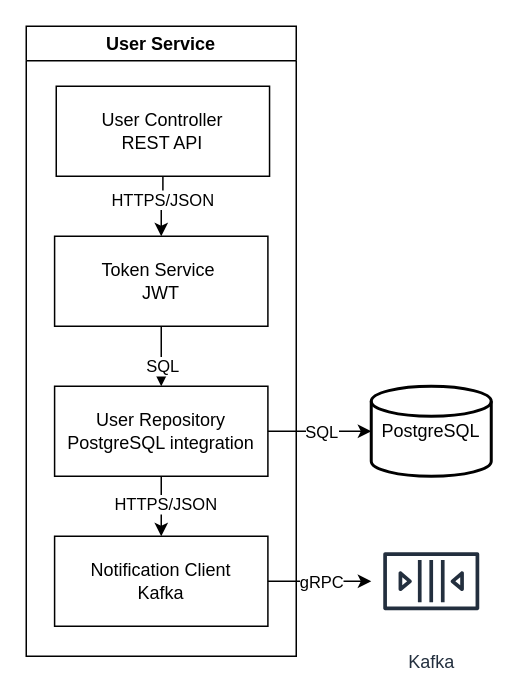
The draw.io diagram page "User" (4 of 5) of ABC C1.drawio in IlyaMoskva/diagrams, before the edit. Source tidied: cells renumbered, new cells numbered last; positions are measured from the earlier drawing's top-left corner, leaving out a move shared by most shapes. Both pictures are drawn from the tidied source at 150%, with x=0, y=0 at pixel (26, 26).
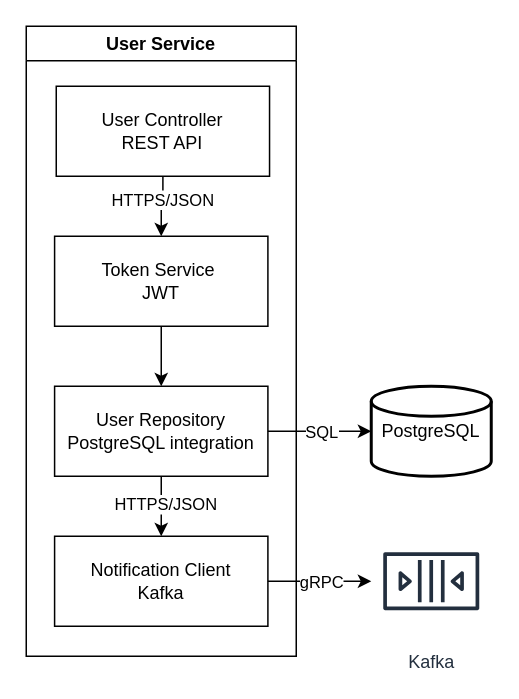
The same page after the edit.

Change to the diagram source:
```diff
@@
 <mxGraphModel>
   <root>
     <mxCell id="0" />
     <mxCell id="1" parent="0" />
     <mxCell id="2" value="User Service" style="swimlane;whiteSpace=wrap;html=1;" parent="1" vertex="1">
       <mxGeometry width="180" height="420" as="geometry" />
     </mxCell>
     <mxCell id="3" style="edgeStyle=orthogonalEdgeStyle;rounded=0;jettySize=auto;html=1;" parent="2" edge="1" source="5" target="8">
       <mxGeometry relative="1" as="geometry" />
     </mxCell>
     <mxCell id="4" value="HTTPS/JSON" style="edgeLabel;html=1;align=center;verticalAlign=middle;" parent="3" vertex="1">
       <mxGeometry x="-0.25" y="-1" relative="1" as="geometry" />
     </mxCell>
     <mxCell id="5" value="&lt;div&gt;User Controller&lt;/div&gt;&lt;div&gt;REST API&lt;/div&gt;" style="whiteSpace=wrap;html=1;" parent="2" vertex="1">
       <mxGeometry x="20" y="40" width="142.2" height="60" as="geometry" />
     </mxCell>
     <mxCell id="6" style="edgeStyle=orthogonalEdgeStyle;rounded=0;jettySize=auto;html=1;" parent="2" edge="1" source="8" target="11">
       <mxGeometry relative="1" as="geometry" />
     </mxCell>
-    <mxCell id="7" value="SQL" style="edgeLabel;html=1;align=center;verticalAlign=middle;" parent="6" vertex="1">
-      <mxGeometry x="0.3" relative="1" as="geometry" />
-    </mxCell>
     <mxCell id="8" value="&lt;div&gt;&lt;span style=&quot;background-color: initial;&quot;&gt;Token Service&amp;nbsp;&lt;/span&gt;&lt;br&gt;&lt;/div&gt;&lt;div&gt;&lt;span style=&quot;background-color: initial;&quot;&gt;JWT&lt;/span&gt;&lt;/div&gt;" style="whiteSpace=wrap;html=1;" parent="2" vertex="1">
       <mxGeometry x="18.9" y="140" width="142.2" height="60" as="geometry" />
     </mxCell>
     <mxCell id="9" style="edgeStyle=orthogonalEdgeStyle;rounded=0;jettySize=auto;html=1;" parent="2" edge="1" source="11" target="12">
       <mxGeometry relative="1" as="geometry" />
     </mxCell>
     <mxCell id="10" value="HTTPS/JSON" style="edgeLabel;html=1;align=center;verticalAlign=middle;" parent="9" vertex="1">
       <mxGeometry x="-0.12" y="2" relative="1" as="geometry" />
     </mxCell>
     <mxCell id="11" value="User Repository&lt;div&gt;PostgreSQL integration&lt;/div&gt;" style="whiteSpace=wrap;html=1;" parent="2" vertex="1">
       <mxGeometry x="18.9" y="240" width="142.2" height="60" as="geometry" />
     </mxCell>
     <mxCell id="12" value="Notification Client&lt;div&gt;Kafka&lt;/div&gt;" style="whiteSpace=wrap;html=1;" parent="2" vertex="1">
       <mxGeometry x="18.9" y="340" width="142.2" height="60" as="geometry" />
     </mxCell>
     <mxCell id="13" value="PostgreSQL" style="strokeWidth=2;html=1;shape=mxgraph.flowchart.database;whiteSpace=wrap;" parent="1" vertex="1">
       <mxGeometry x="230" y="240" width="80" height="60" as="geometry" />
     </mxCell>
     <mxCell id="14" style="edgeStyle=orthogonalEdgeStyle;rounded=0;jettySize=auto;html=1;entryX=0;entryY=0.5;entryDx=0;entryDy=0;entryPerimeter=0;" parent="1" edge="1" source="11" target="13">
       <mxGeometry relative="1" as="geometry" />
     </mxCell>
     <mxCell id="15" value="SQL" style="edgeLabel;html=1;align=center;verticalAlign=middle;" parent="14" vertex="1">
       <mxGeometry x="0.01" relative="1" as="geometry" />
     </mxCell>
     <mxCell id="16" value="Kafka" style="sketch=0;outlineConnect=0;fontColor=#232F3E;gradientColor=none;strokeColor=#232F3E;fillColor=#ffffff;dashed=0;verticalLabelPosition=bottom;verticalAlign=top;align=center;html=1;fontSize=12;fontStyle=0;shape=mxgraph.aws4.resourceIcon;resIcon=mxgraph.aws4.queue;" parent="1" vertex="1">
       <mxGeometry x="230" y="330" width="80" height="80" as="geometry" />
     </mxCell>
     <mxCell id="17" style="edgeStyle=orthogonalEdgeStyle;rounded=0;jettySize=auto;html=1;" parent="1" edge="1" source="12" target="16">
       <mxGeometry relative="1" as="geometry" />
     </mxCell>
     <mxCell id="18" value="gRPC" style="edgeLabel;html=1;align=center;verticalAlign=middle;" parent="17" vertex="1">
       <mxGeometry x="0.01" relative="1" as="geometry" />
     </mxCell>
   </root>
 </mxGraphModel>
```
